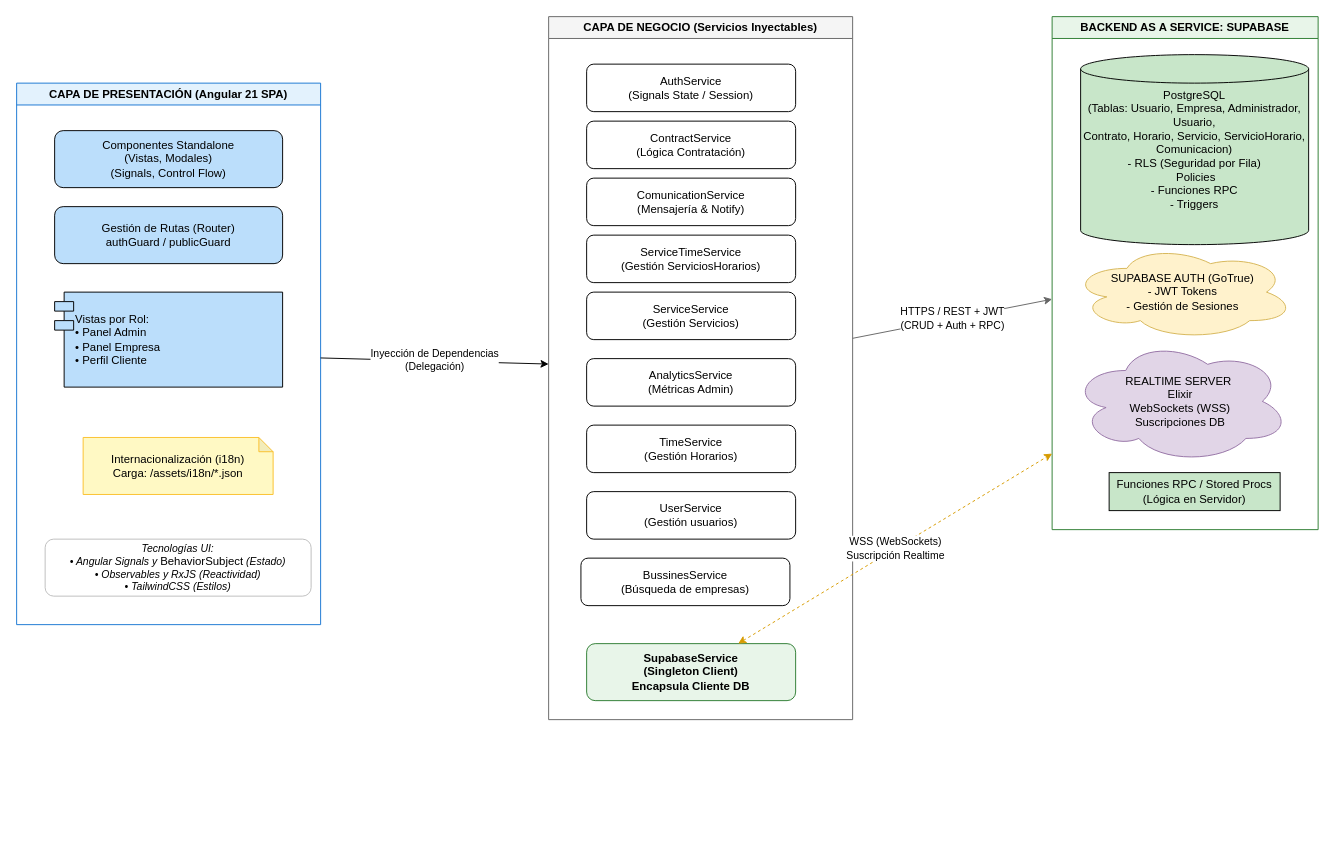
The draw.io diagram documentacion_extra/diagramas/diagrama_arquitectura.drawio in egilp04/TFG_Cuidados, before the edit. Source tidied: cells renumbered, new cells numbered last; positions are measured from the earlier drawing's top-left corner, leaving out a move shared by most shapes. Both pictures are drawn from the tidied source at 95%, with x=0, y=0 at pixel (16, 16).
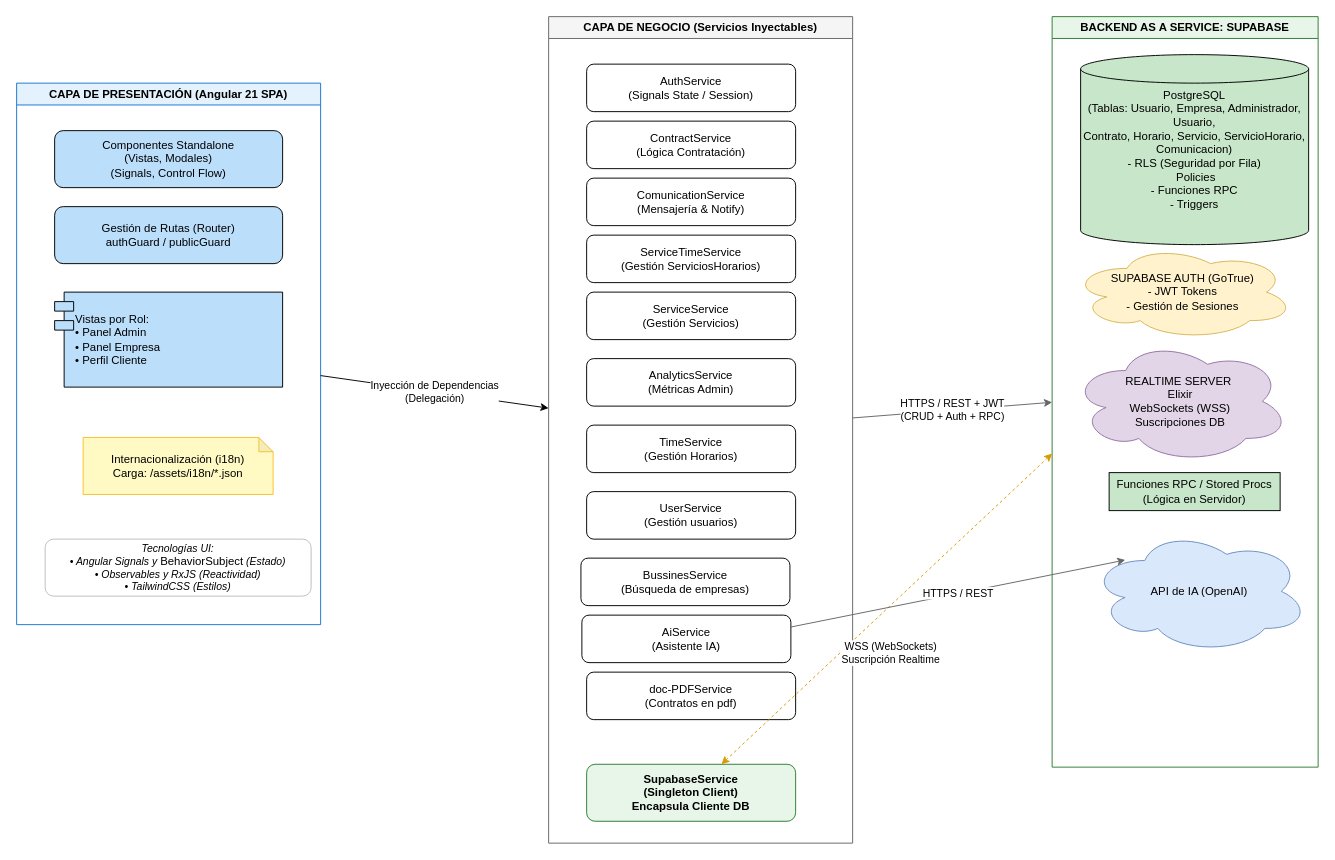
The same diagram, later.

Change to the diagram source:
```diff
@@
     <mxCell id="8" value="CAPA DE NEGOCIO (Servicios Inyectables)" style="swimlane;whiteSpace=wrap;html=1;fillColor=#F5F5F5;strokeColor=#666666;fontStyle=1;" parent="1" vertex="1">
-      <mxGeometry x="560" width="320" height="740" as="geometry" />
+      <mxGeometry x="560" width="320" height="870" as="geometry" />
     </mxCell>
@@
     <mxCell id="14" value="SupabaseService&lt;br&gt;(Singleton Client)&lt;div&gt;Encapsula Cliente DB&lt;br&gt;&lt;/div&gt;" style="rounded=1;whiteSpace=wrap;html=1;fillColor=#E8F5E9;strokeColor=#2E7D32;fontStyle=1;" parent="8" vertex="1">
-      <mxGeometry x="40" y="660" width="220" height="60" as="geometry" />
+      <mxGeometry x="40" y="787" width="220" height="60" as="geometry" />
     </mxCell>
@@
+    <mxCell id="27" value="AiService&lt;br&gt;(Asistente IA)" style="rounded=1;whiteSpace=wrap;html=1;fillColor=#FFFFFF;" parent="8" vertex="1">
+      <mxGeometry x="35" y="630" width="220" height="50" as="geometry" />
+    </mxCell>
+    <mxCell id="28" value="doc-PDFService&lt;br&gt;(Contratos en pdf)" style="rounded=1;whiteSpace=wrap;html=1;fillColor=#FFFFFF;" parent="8" vertex="1">
+      <mxGeometry x="40" y="690" width="220" height="50" as="geometry" />
+    </mxCell>
     <mxCell id="19" value="BACKEND AS A SERVICE: SUPABASE" style="swimlane;whiteSpace=wrap;html=1;fillColor=#E8F5E9;strokeColor=#2E7D32;fontStyle=1;" parent="1" vertex="1">
-      <mxGeometry x="1090" width="280" height="540" as="geometry" />
+      <mxGeometry x="1090" width="280" height="790" as="geometry" />
     </mxCell>
@@
+    <mxCell id="29" value="API de IA (OpenAI)" style="ellipse;shape=cloud;whiteSpace=wrap;html=1;fillColor=#dae8fc;strokeColor=#6c8ebf;" parent="19" vertex="1">
+      <mxGeometry x="40" y="540" width="230" height="130" as="geometry" />
+    </mxCell>
@@
     <mxCell id="25" value="WSS (WebSockets)&#10;Suscripción Realtime" style="endArrow=classic;startArrow=classic;html=1;dashed=1;fillColor=#ffe6cc;strokeColor=#d79b00;" parent="1" edge="1" source="14">
-      <mxGeometry relative="1" as="geometry">
+      <mxGeometry x="-0.12" y="-37" relative="1" as="geometry">
         <mxPoint x="1090" y="460" as="targetPoint" />
       </mxGeometry>
     </mxCell>
@@
+    <mxCell id="30" value="HTTPS / REST" style="endArrow=classic;html=1;fillColor=#f5f5f5;strokeColor=#666666;entryX=0.161;entryY=0.246;entryDx=0;entryDy=0;entryPerimeter=0;exitX=1;exitY=0.25;exitDx=0;exitDy=0;" parent="1" edge="1" source="27" target="29">
+      <mxGeometry relative="1" as="geometry" />
+    </mxCell>
```
